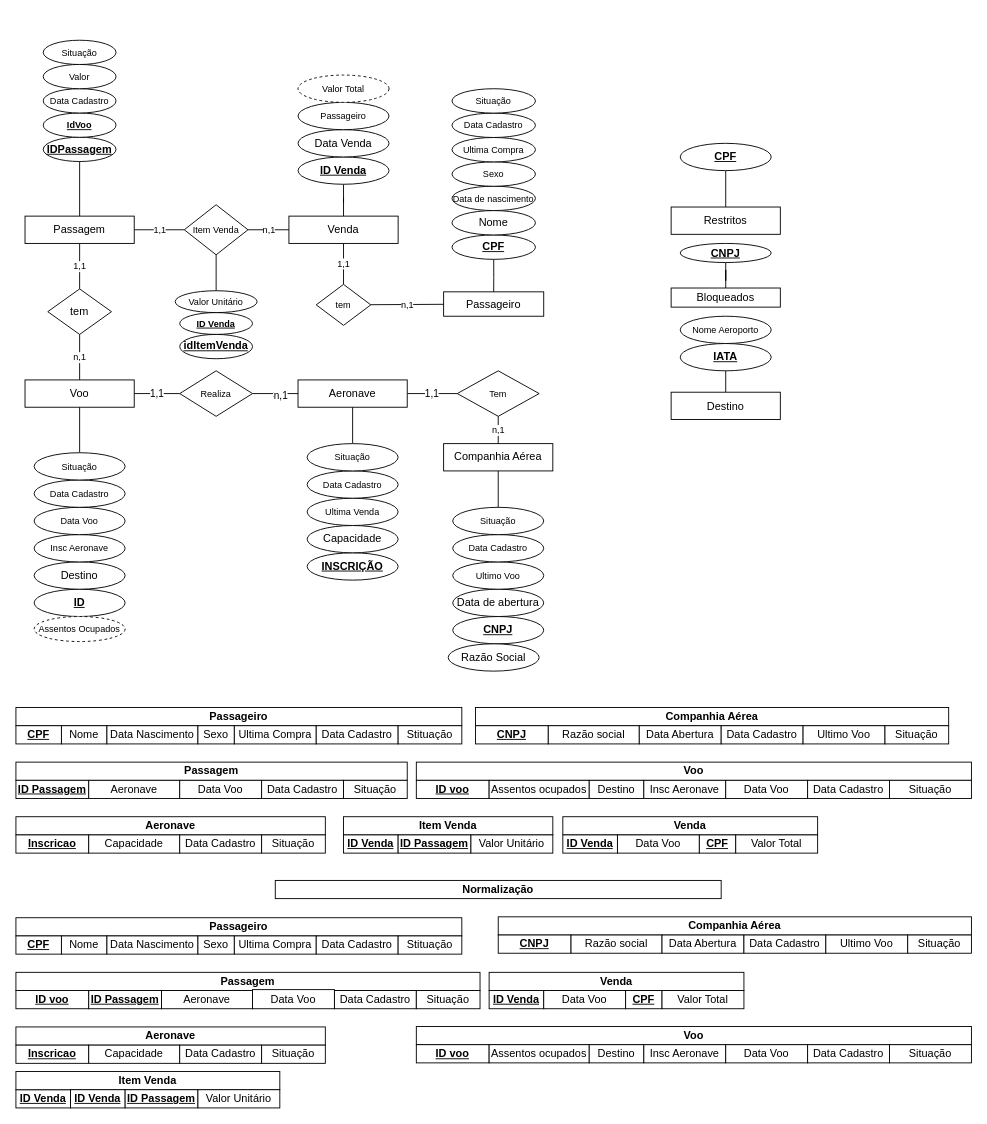
The draw.io diagram Docs/ModelagemBdAeroporto.drawio in AlexandreBetassa/PAeroporto, before the edit. Source tidied: cells renumbered, new cells numbered last; positions are measured from the earlier drawing's top-left corner, leaving out a move shared by most shapes. Both pictures are drawn from the tidied source at 91%, with x=0, y=0 at pixel (15, 15).
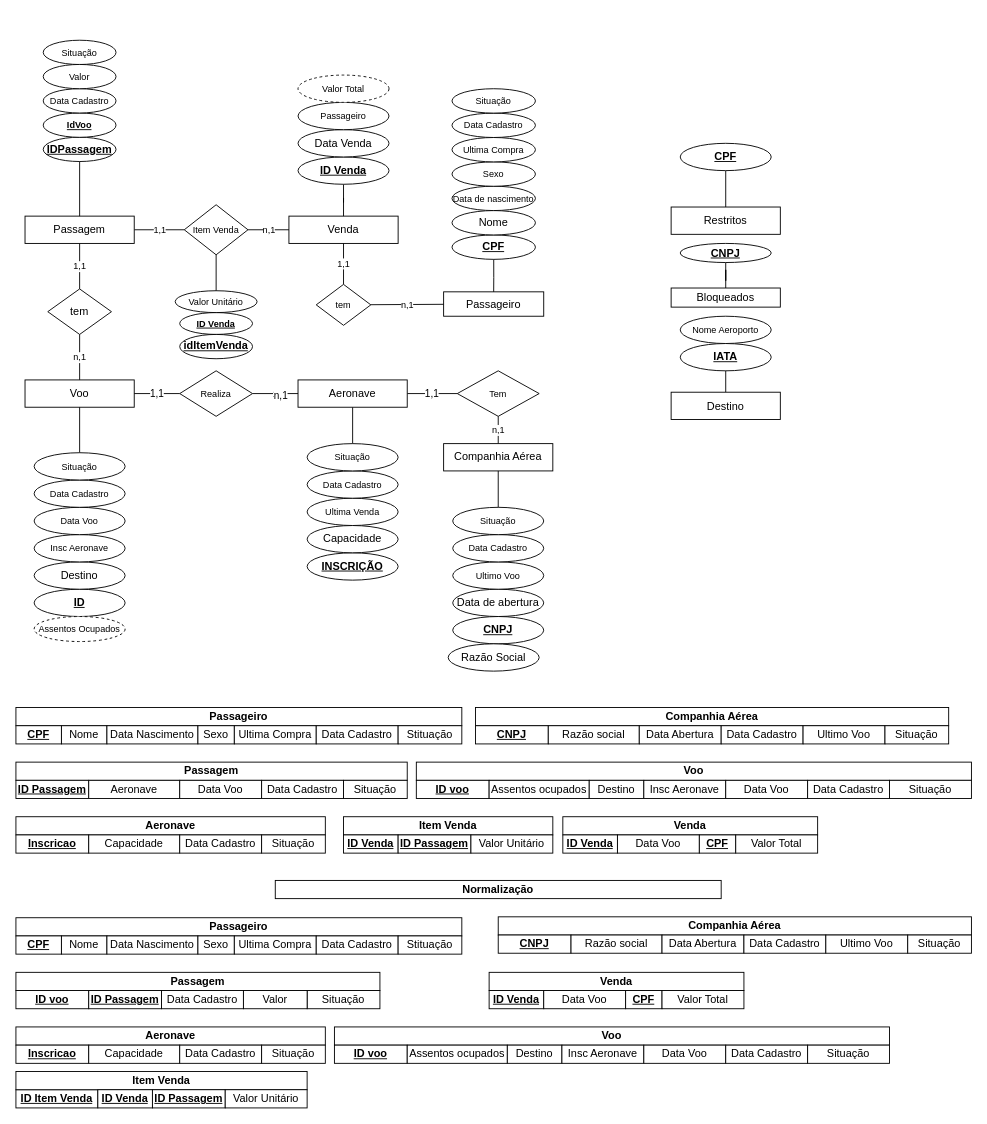
The same page after the edit.

Diff of the diagram source:
```diff
@@
-    <mxCell id="169" value="&lt;b&gt;&lt;u&gt;ID voo&lt;/u&gt;&lt;/b&gt;" style="rounded=0;whiteSpace=wrap;html=1;" parent="1" vertex="1">
-      <mxGeometry y="1071" width="80" height="20" as="geometry" />
-    </mxCell>
-    <mxCell id="170" value="&lt;b&gt;Passagem&lt;/b&gt;" style="rounded=0;whiteSpace=wrap;html=1;" parent="1" vertex="1">
-      <mxGeometry y="1051" width="510" height="20" as="geometry" />
-    </mxCell>
-    <mxCell id="171" value="&lt;b&gt;&lt;u&gt;ID Passagem&lt;/u&gt;&lt;/b&gt;" style="rounded=0;whiteSpace=wrap;html=1;" parent="1" vertex="1">
-      <mxGeometry x="80" y="1071" width="80" height="20" as="geometry" />
-    </mxCell>
-    <mxCell id="172" value="Aeronave" style="rounded=0;whiteSpace=wrap;html=1;" parent="1" vertex="1">
-      <mxGeometry x="160" y="1071" width="100" height="20" as="geometry" />
-    </mxCell>
-    <mxCell id="173" value="Data Voo" style="rounded=0;whiteSpace=wrap;html=1;" parent="1" vertex="1">
-      <mxGeometry x="260" y="1070" width="90" height="21" as="geometry" />
-    </mxCell>
-    <mxCell id="174" value="Data Cadastro" style="rounded=0;whiteSpace=wrap;html=1;" parent="1" vertex="1">
-      <mxGeometry x="350" y="1071" width="90" height="20" as="geometry" />
-    </mxCell>
-    <mxCell id="175" value="Situação" style="rounded=0;whiteSpace=wrap;html=1;" parent="1" vertex="1">
-      <mxGeometry x="440" y="1071" width="70" height="20" as="geometry" />
-    </mxCell>
     <mxCell id="176" style="group;" parent="1" vertex="1">
-      <mxGeometry x="440" y="1110.5" width="610" height="40" as="geometry" />
+      <mxGeometry x="350" y="1111" width="610" height="40" as="geometry" />
     </mxCell>
@@
-    <mxCell id="185" style="group;" parent="1" vertex="1">
-      <mxGeometry y="1160" width="290" height="40" as="geometry" />
-    </mxCell>
+    <mxCell id="191" style="group;" parent="1" vertex="1">
+      <mxGeometry y="1160" width="320" height="40" as="geometry" />
+    </mxCell>
-    <mxCell id="186" value="&lt;b&gt;&lt;u&gt;ID Venda&lt;/u&gt;&lt;/b&gt;" style="rounded=0;whiteSpace=wrap;html=1;" parent="185" vertex="1">
-      <mxGeometry y="20" width="60" height="20" as="geometry" />
+    <mxCell id="186" value="&lt;b&gt;&lt;u&gt;ID Item Venda&lt;/u&gt;&lt;/b&gt;" style="rounded=0;whiteSpace=wrap;html=1;" parent="191" vertex="1">
+      <mxGeometry y="20" width="90" height="20" as="geometry" />
     </mxCell>
-    <mxCell id="187" value="&lt;b&gt;Item Venda&lt;/b&gt;" style="rounded=0;whiteSpace=wrap;html=1;" parent="185" vertex="1">
-      <mxGeometry width="290" height="20" as="geometry" />
+    <mxCell id="187" value="&lt;b&gt;Item Venda&lt;/b&gt;" style="rounded=0;whiteSpace=wrap;html=1;" parent="191" vertex="1">
+      <mxGeometry width="320" height="20" as="geometry" />
     </mxCell>
-    <mxCell id="188" value="&lt;b&gt;&lt;u&gt;ID Venda&lt;/u&gt;&lt;/b&gt;" style="rounded=0;whiteSpace=wrap;html=1;" parent="185" vertex="1">
-      <mxGeometry x="60" y="20" width="60" height="20" as="geometry" />
+    <mxCell id="188" value="&lt;b&gt;&lt;u&gt;ID Venda&lt;/u&gt;&lt;/b&gt;" style="rounded=0;whiteSpace=wrap;html=1;" parent="191" vertex="1">
+      <mxGeometry x="90" y="20" width="60" height="20" as="geometry" />
     </mxCell>
-    <mxCell id="189" value="&lt;b&gt;&lt;u&gt;ID Passagem&lt;/u&gt;&lt;/b&gt;" style="rounded=0;whiteSpace=wrap;html=1;" parent="185" vertex="1">
-      <mxGeometry x="120" y="20" width="80" height="20" as="geometry" />
+    <mxCell id="189" value="&lt;b&gt;&lt;u&gt;ID Passagem&lt;/u&gt;&lt;/b&gt;" style="rounded=0;whiteSpace=wrap;html=1;" parent="191" vertex="1">
+      <mxGeometry x="150" y="20" width="80" height="20" as="geometry" />
     </mxCell>
-    <mxCell id="190" value="Valor Unitário" style="rounded=0;whiteSpace=wrap;html=1;" parent="185" vertex="1">
-      <mxGeometry x="200" y="20" width="90" height="20" as="geometry" />
+    <mxCell id="190" value="Valor Unitário" style="rounded=0;whiteSpace=wrap;html=1;" parent="191" vertex="1">
+      <mxGeometry x="230" y="20" width="90" height="20" as="geometry" />
     </mxCell>
+    <mxCell id="192" style="group;" parent="1" vertex="1">
+      <mxGeometry y="1051" width="400" height="40" as="geometry" />
+    </mxCell>
+    <mxCell id="169" value="&lt;b&gt;&lt;u&gt;ID voo&lt;/u&gt;&lt;/b&gt;" style="rounded=0;whiteSpace=wrap;html=1;" parent="192" vertex="1">
+      <mxGeometry y="20" width="80" height="20" as="geometry" />
+    </mxCell>
+    <mxCell id="170" value="&lt;b&gt;Passagem&lt;/b&gt;" style="rounded=0;whiteSpace=wrap;html=1;" parent="192" vertex="1">
+      <mxGeometry width="400" height="20" as="geometry" />
+    </mxCell>
+    <mxCell id="171" value="&lt;b&gt;&lt;u&gt;ID Passagem&lt;/u&gt;&lt;/b&gt;" style="rounded=0;whiteSpace=wrap;html=1;" parent="192" vertex="1">
+      <mxGeometry x="80" y="20" width="80" height="20" as="geometry" />
+    </mxCell>
+    <mxCell id="174" value="Data Cadastro" style="rounded=0;whiteSpace=wrap;html=1;" parent="192" vertex="1">
+      <mxGeometry x="160" y="20" width="90" height="20" as="geometry" />
+    </mxCell>
+    <mxCell id="175" value="Situação" style="rounded=0;whiteSpace=wrap;html=1;" parent="192" vertex="1">
+      <mxGeometry x="320" y="20" width="80" height="20" as="geometry" />
+    </mxCell>
+    <mxCell id="193" value="Valor" style="rounded=0;whiteSpace=wrap;html=1;" parent="192" vertex="1">
+      <mxGeometry x="250" y="20" width="70" height="20" as="geometry" />
+    </mxCell>
```
